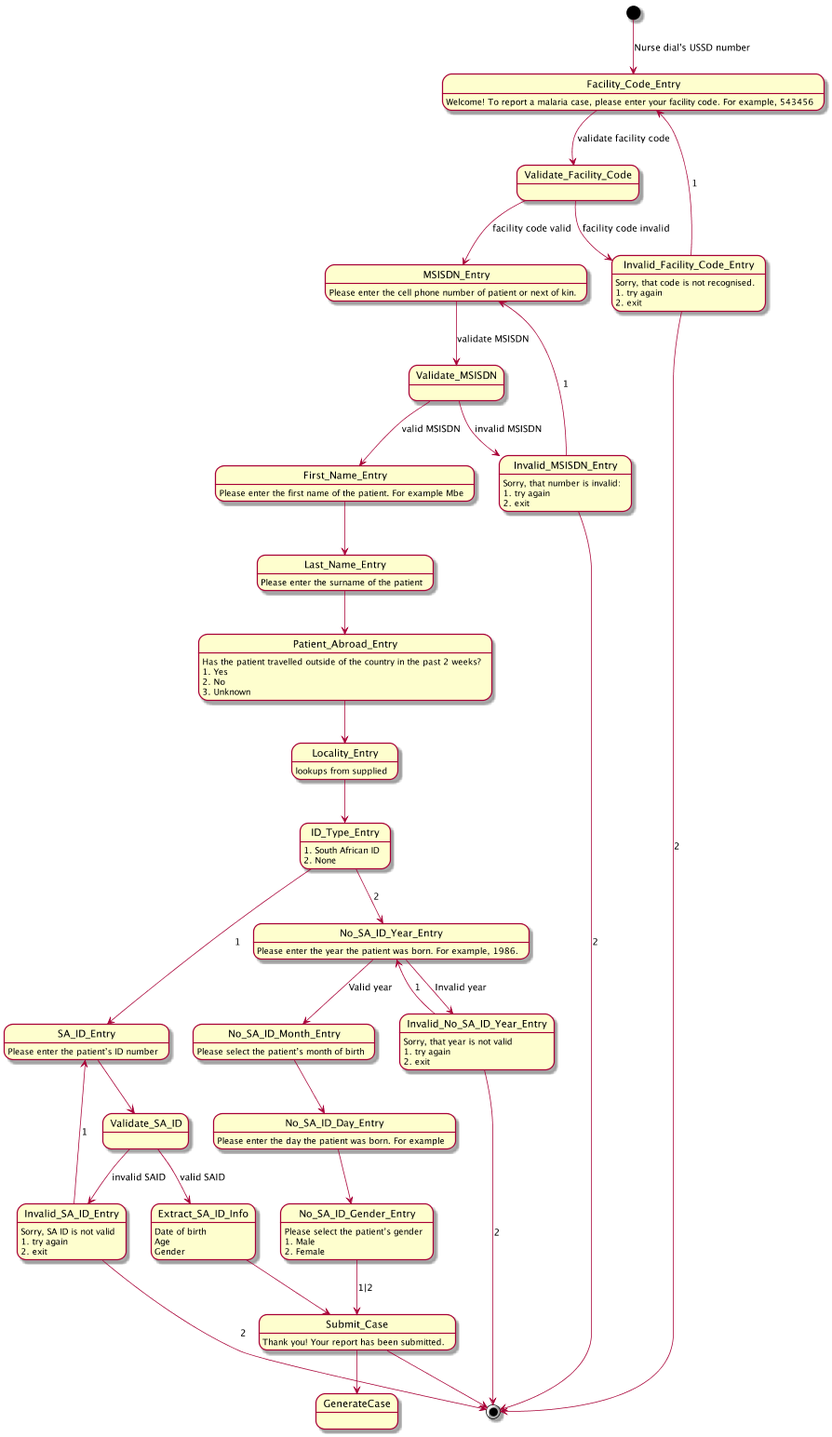
The PlantUML diagram State.png in praekeltfoundation/go-jsbox-malaria24, before a commit.
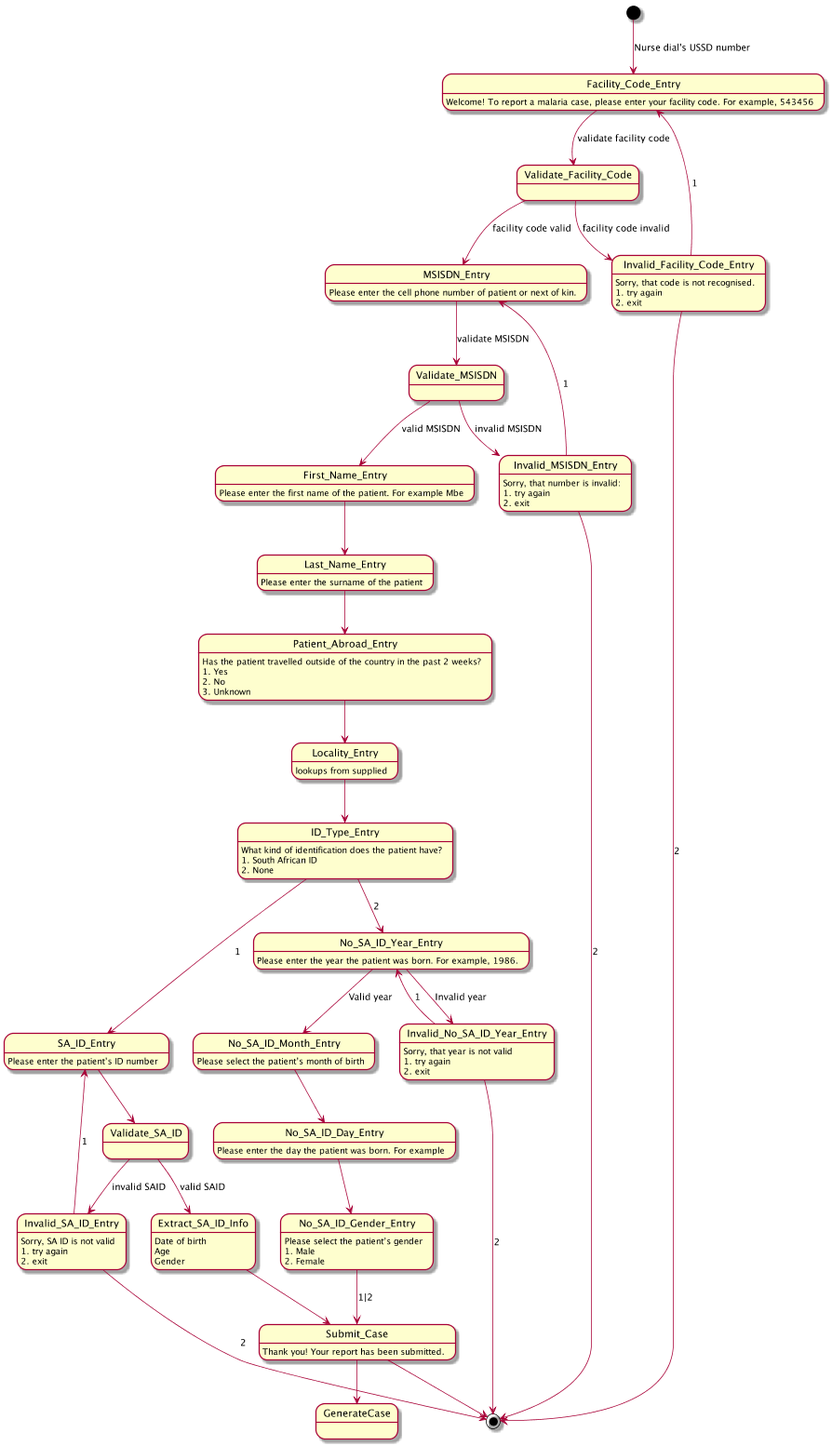
After the commit.

Commit message:
Refactored the states based on the diagram.

What changed in the source:
```diff
@@ -40,6 +40,7 @@
 Locality_Entry : lookups from supplied
 Locality_Entry --> ID_Type_Entry
 ID_Type_Entry --> SA_ID_Entry : 1
+ID_Type_Entry : What kind of identification does the patient have?
 ID_Type_Entry : 1. South African ID
 ID_Type_Entry : 2. None
 
```
